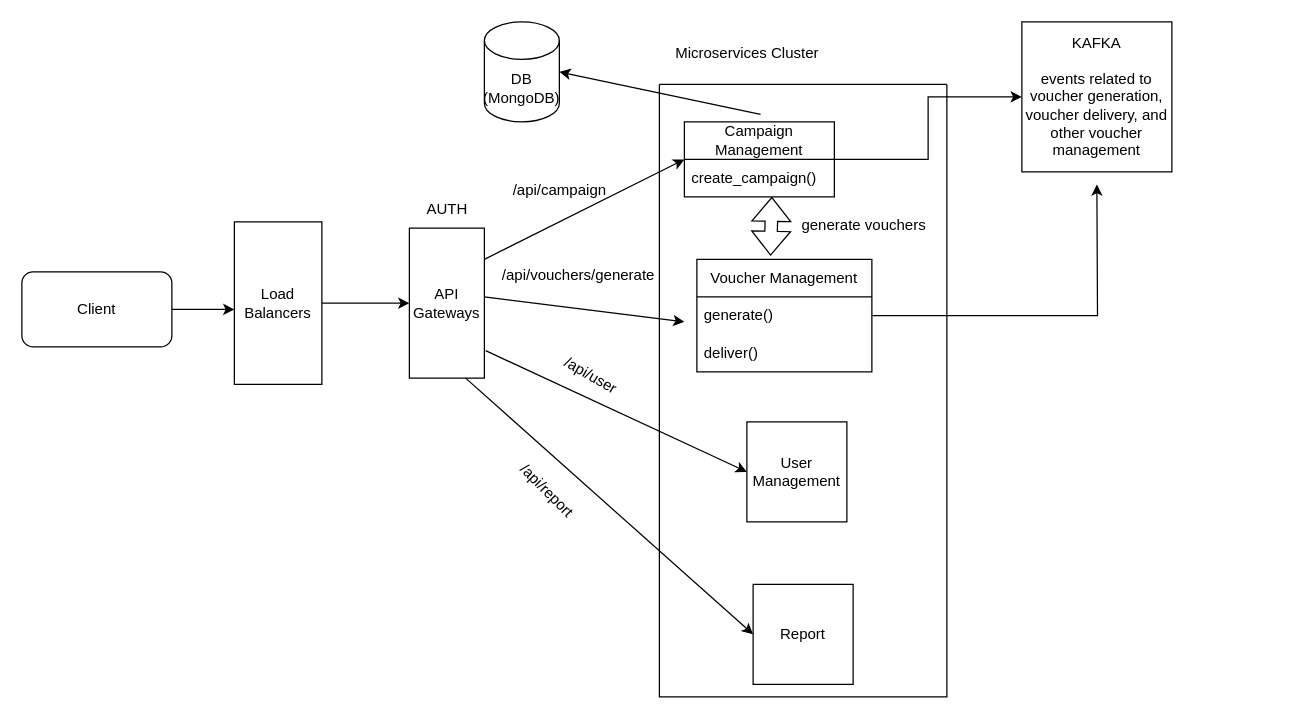
This is Untitled Diagram.drawio from VNPAY-Internship/voucher-management-system, a draw.io file, before an edit. Source tidied: cells renumbered, new cells numbered last; positions are measured from the earlier drawing's top-left corner, leaving out a move shared by most shapes. Both pictures are drawn from the tidied source at 125%, with x=0, y=0 at pixel (21, 21).
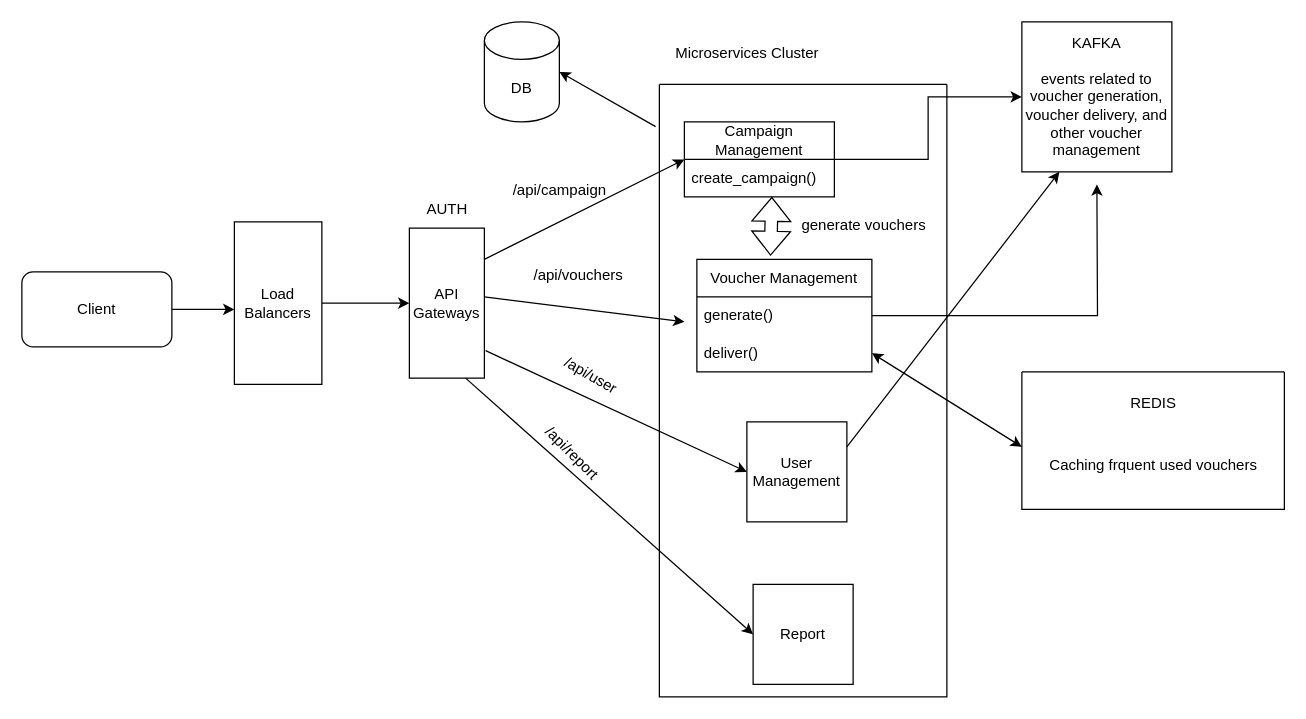
The same diagram, later.

The change refers to these unchanged cells:
```xml
<mxCell id="9" style="swimlane;startSize=0;" parent="1" vertex="1">
  <mxGeometry x="510" y="50" width="230" height="490" as="geometry" />
</mxCell>
<mxCell id="11" value="Campaign Management" style="swimlane;fontStyle=0;horizontal=1;startSize=30;whiteSpace=wrap;html=1;" parent="9" vertex="1">
  <mxGeometry x="20" y="30" width="120" height="60" as="geometry" />
</mxCell>
<mxCell id="16" value="deliver()" style="text;strokeColor=none;fillColor=none;align=left;verticalAlign=middle;spacingLeft=4;spacingRight=4;overflow=hidden;points=[[0,0.5],[1,0.5]];portConstraint=eastwest;whiteSpace=wrap;html=1;" parent="13" vertex="1">
  <mxGeometry y="60" width="140" height="30" as="geometry" />
</mxCell>
<mxCell id="27" value="KAFKA&lt;br&gt;&lt;br&gt;events related to voucher generation, voucher delivery, and other voucher management " style="whiteSpace=wrap;html=1;" parent="1" vertex="1">
  <mxGeometry x="800" width="120" height="120" as="geometry" />
</mxCell>
```

What changed in the source:
```diff
@@
+    <mxCell id="32" style="endArrow=classic;html=1;rounded=0;entryX=0.25;entryY=1;entryDx=0;entryDy=0;" parent="9" edge="1" target="27">
+      <mxGeometry relative="1" as="geometry">
+        <mxPoint x="150" y="290" as="sourcePoint" />
+      </mxGeometry>
+    </mxCell>
@@
-    <mxCell id="22" value="/api/vouchers/generate" style="text;html=1;align=center;verticalAlign=middle;strokeColor=none;fillColor=none;" parent="1" vertex="1">
-      <mxGeometry x="370" y="188" width="150" height="30" as="geometry" />
+    <mxCell id="22" value="/api/vouchers" style="text;html=1;align=center;verticalAlign=middle;strokeColor=none;fillColor=none;" parent="1" vertex="1">
+      <mxGeometry x="400" y="188" width="90" height="30" as="geometry" />
     </mxCell>
@@
     <mxCell id="25" value="/api/report" style="text;html=1;align=center;verticalAlign=middle;strokeColor=none;fillColor=none;rotation=45;" parent="1" vertex="1">
-      <mxGeometry x="380" y="360" width="80" height="30" as="geometry" />
+      <mxGeometry x="400" y="330" width="80" height="30" as="geometry" />
     </mxCell>
-    <mxCell id="26" value="DB (MongoDB)" style="shape=cylinder3;whiteSpace=wrap;html=1;boundedLbl=1;backgroundOutline=1;size=15;" parent="1" vertex="1">
+    <mxCell id="26" value="DB" style="shape=cylinder3;whiteSpace=wrap;html=1;boundedLbl=1;backgroundOutline=1;size=15;" parent="1" vertex="1">
       <mxGeometry x="370" width="60" height="80" as="geometry" />
     </mxCell>
@@
-    <mxCell id="29" style="endArrow=classic;html=1;rounded=0;entryX=1;entryY=0.5;entryDx=0;entryDy=0;entryPerimeter=0;exitX=0.508;exitY=-0.1;exitDx=0;exitDy=0;exitPerimeter=0;" parent="1" edge="1" source="11" target="26">
-      <mxGeometry relative="1" as="geometry">
-        <Array as="points">
-          <mxPoint x="590" y="74" />
-        </Array>
-      </mxGeometry>
-    </mxCell>
@@
+    <mxCell id="33" style="swimlane;startSize=0;" parent="1" vertex="1">
+      <mxGeometry x="800" y="280" width="210" height="110" as="geometry" />
+    </mxCell>
+    <mxCell id="34" value="REDIS" style="text;html=1;align=center;verticalAlign=middle;strokeColor=none;fillColor=none;" parent="33" vertex="1">
+      <mxGeometry x="75" y="10" width="60" height="30" as="geometry" />
+    </mxCell>
+    <mxCell id="35" value="Caching frquent used vouchers" style="text;html=1;align=center;verticalAlign=middle;strokeColor=none;fillColor=none;" parent="33" vertex="1">
+      <mxGeometry x="10" y="60" width="190" height="30" as="geometry" />
+    </mxCell>
+    <mxCell id="36" style="endArrow=classic;html=1;rounded=0;exitX=-0.013;exitY=0.069;exitDx=0;exitDy=0;exitPerimeter=0;entryX=1;entryY=0.5;entryDx=0;entryDy=0;entryPerimeter=0;" parent="1" edge="1" source="9" target="26">
+      <mxGeometry relative="1" as="geometry" />
+    </mxCell>
+    <mxCell id="37" style="endArrow=classic;startArrow=classic;html=1;rounded=0;exitX=1;exitY=0.5;exitDx=0;exitDy=0;" parent="1" edge="1" source="16">
+      <mxGeometry relative="1" as="geometry">
+        <mxPoint x="800" y="340" as="targetPoint" />
+      </mxGeometry>
+    </mxCell>
```
